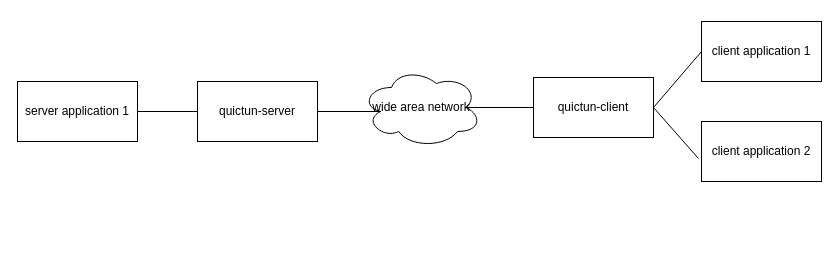
jeffyjf/drawio keeps this draw.io diagram as Untitled Diagram.drawio. Above is the earlier version. Source tidied: cells renumbered, new cells numbered last; positions are measured from the earlier drawing's top-left corner, leaving out a move shared by most shapes. Both pictures are drawn from the tidied source at 100%, with x=0, y=0 at pixel (17, 21).
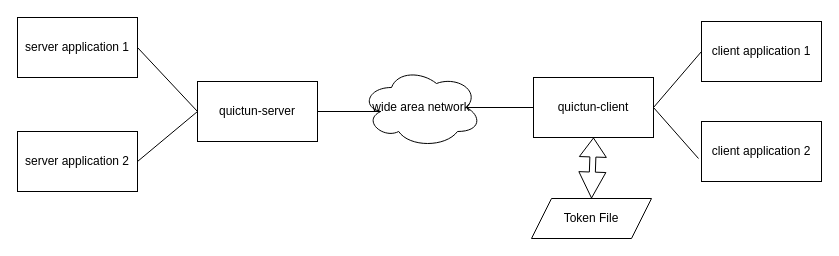
The same page after the edit.

Change to the diagram source:
```diff
@@
 <mxGraphModel>
   <root>
     <mxCell id="0" />
     <mxCell id="1" parent="0" />
     <mxCell id="2" value="server application 1" style="rounded=0;whiteSpace=wrap;html=1;" parent="1" vertex="1">
-      <mxGeometry y="60" width="120" height="60" as="geometry" />
+      <mxGeometry y="-4" width="120" height="60" as="geometry" />
     </mxCell>
     <mxCell id="3" value="quictun-server" style="rounded=0;whiteSpace=wrap;html=1;" parent="1" vertex="1">
       <mxGeometry x="180" y="60" width="120" height="60" as="geometry" />
     </mxCell>
     <mxCell id="4" value="wide area network" style="ellipse;shape=cloud;whiteSpace=wrap;html=1;" parent="1" vertex="1">
       <mxGeometry x="344" y="46" width="120" height="80" as="geometry" />
     </mxCell>
     <mxCell id="5" value="quictun-client" style="rounded=0;whiteSpace=wrap;html=1;" parent="1" vertex="1">
       <mxGeometry x="516" y="56" width="120" height="60" as="geometry" />
     </mxCell>
     <mxCell id="6" value="client application 1" style="rounded=0;whiteSpace=wrap;html=1;" parent="1" vertex="1">
       <mxGeometry x="684" width="120" height="60" as="geometry" />
     </mxCell>
     <mxCell id="7" value="client application 2" style="rounded=0;whiteSpace=wrap;html=1;" parent="1" vertex="1">
       <mxGeometry x="684" y="100" width="120" height="60" as="geometry" />
     </mxCell>
     <mxCell id="8" style="endArrow=none;html=1;rounded=0;entryX=0.16;entryY=0.55;entryDx=0;entryDy=0;entryPerimeter=0;exitX=1;exitY=0.5;exitDx=0;exitDy=0;" parent="1" edge="1" source="3" target="4">
       <mxGeometry relative="1" as="geometry" />
     </mxCell>
     <mxCell id="9" style="endArrow=none;html=1;rounded=0;entryX=0;entryY=0.5;entryDx=0;entryDy=0;exitX=1;exitY=0.5;exitDx=0;exitDy=0;" parent="1" edge="1" source="2" target="3">
       <mxGeometry relative="1" as="geometry" />
     </mxCell>
     <mxCell id="10" style="endArrow=none;html=1;rounded=0;entryX=0;entryY=0.5;entryDx=0;entryDy=0;exitX=0.875;exitY=0.5;exitDx=0;exitDy=0;exitPerimeter=0;" parent="1" edge="1" source="4" target="5">
       <mxGeometry relative="1" as="geometry" />
     </mxCell>
     <mxCell id="11" style="endArrow=none;html=1;rounded=0;entryX=0;entryY=0.5;entryDx=0;entryDy=0;exitX=1;exitY=0.5;exitDx=0;exitDy=0;" parent="1" edge="1" source="5" target="6">
       <mxGeometry relative="1" as="geometry" />
     </mxCell>
     <mxCell id="12" style="endArrow=none;html=1;rounded=0;entryX=-0.025;entryY=0.617;entryDx=0;entryDy=0;entryPerimeter=0;exitX=1;exitY=0.5;exitDx=0;exitDy=0;" parent="1" edge="1" source="5" target="7">
       <mxGeometry relative="1" as="geometry" />
     </mxCell>
+    <mxCell id="13" value="server application 2" style="rounded=0;whiteSpace=wrap;html=1;" parent="1" vertex="1">
+      <mxGeometry y="110" width="120" height="60" as="geometry" />
+    </mxCell>
+    <mxCell id="14" style="endArrow=none;html=1;rounded=0;entryX=0;entryY=0.5;entryDx=0;entryDy=0;exitX=1;exitY=0.5;exitDx=0;exitDy=0;" parent="1" edge="1" source="13" target="3">
+      <mxGeometry relative="1" as="geometry" />
+    </mxCell>
+    <mxCell id="15" value="Token File" style="shape=parallelogram;perimeter=parallelogramPerimeter;whiteSpace=wrap;html=1;fixedSize=1;" parent="1" vertex="1">
+      <mxGeometry x="514" y="177" width="120" height="40" as="geometry" />
+    </mxCell>
+    <mxCell id="16" style="shape=flexArrow;endArrow=classic;startArrow=classic;html=1;rounded=0;entryX=0.5;entryY=1;entryDx=0;entryDy=0;exitX=0.5;exitY=0;exitDx=0;exitDy=0;width=6;startSize=8.31;" parent="1" edge="1" source="15" target="5">
+      <mxGeometry relative="1" as="geometry" />
+    </mxCell>
   </root>
 </mxGraphModel>
```
